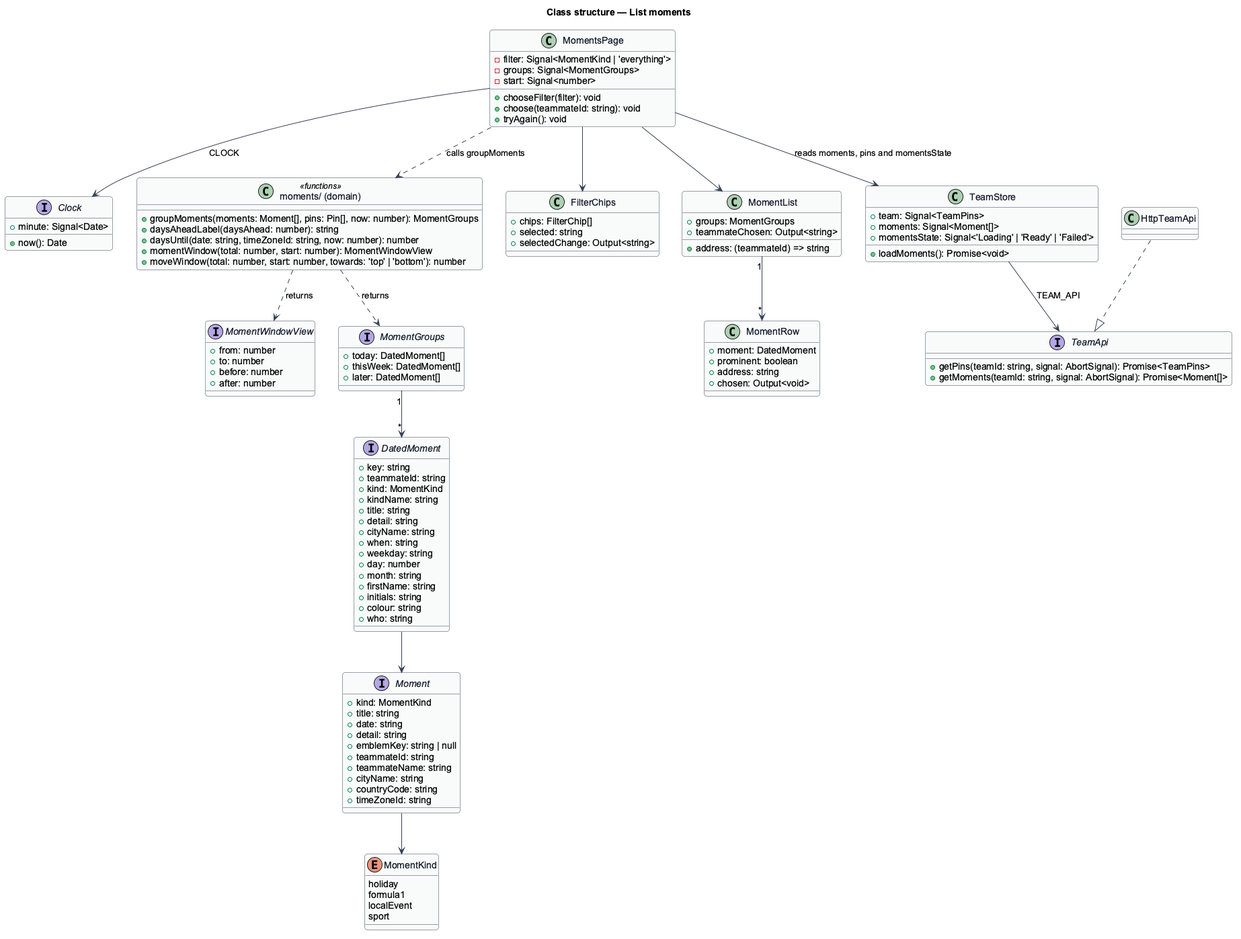
Before: docs/detailed-designs/moments/list-moments/diagrams/class-structure.png, a diagram exported from PlantUML (QuinntyneBrown/Mondino).
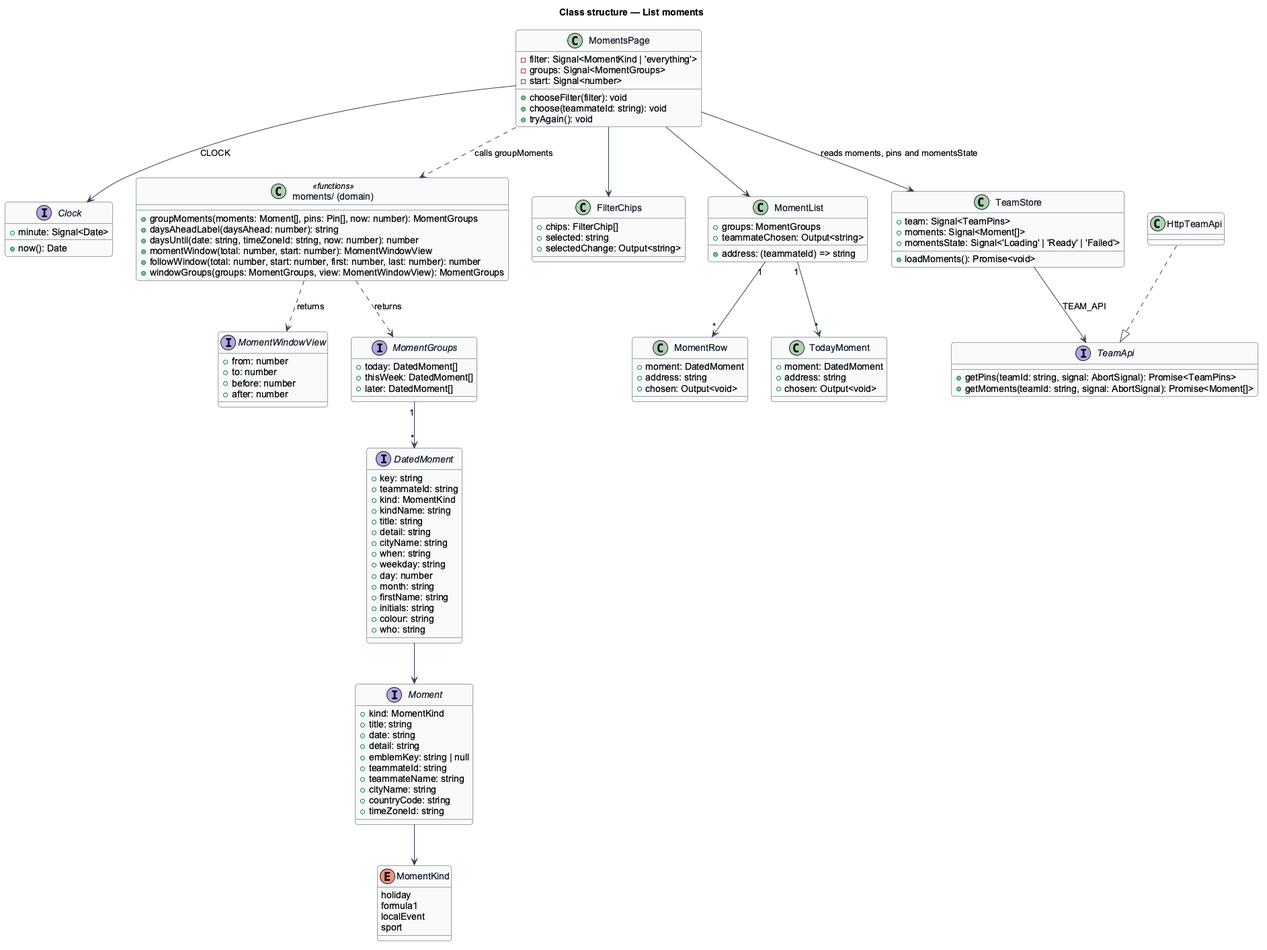
The same diagram one commit later.

Diff of the diagram source:
```diff
@@ -79,7 +79,8 @@
   +daysAheadLabel(daysAhead: number): string
   +daysUntil(date: string, timeZoneId: string, now: number): number
   +momentWindow(total: number, start: number): MomentWindowView
-  +moveWindow(total: number, start: number, towards: 'top' | 'bottom'): number
+  +followWindow(total: number, start: number, first: number, last: number): number
+  +windowGroups(groups: MomentGroups, view: MomentWindowView): MomentGroups
 }
 
 class MomentsPage {
@@ -105,7 +106,12 @@
 
 class MomentRow {
   +moment: DatedMoment
-  +prominent: boolean
+  +address: string
+  +chosen: Output<void>
+}
+
+class TodayMoment {
+  +moment: DatedMoment
   +address: string
   +chosen: Output<void>
 }
@@ -125,6 +131,7 @@
 MomentsPage --> MomentList
 MomentsPage --> TeamStore : reads moments, pins and momentsState
 MomentList "1" --> "*" MomentRow
+MomentList "1" --> "*" TodayMoment
 moments ..> MomentGroups : returns
 moments ..> MomentWindowView : returns
 MomentGroups "1" --> "*" DatedMoment
```
